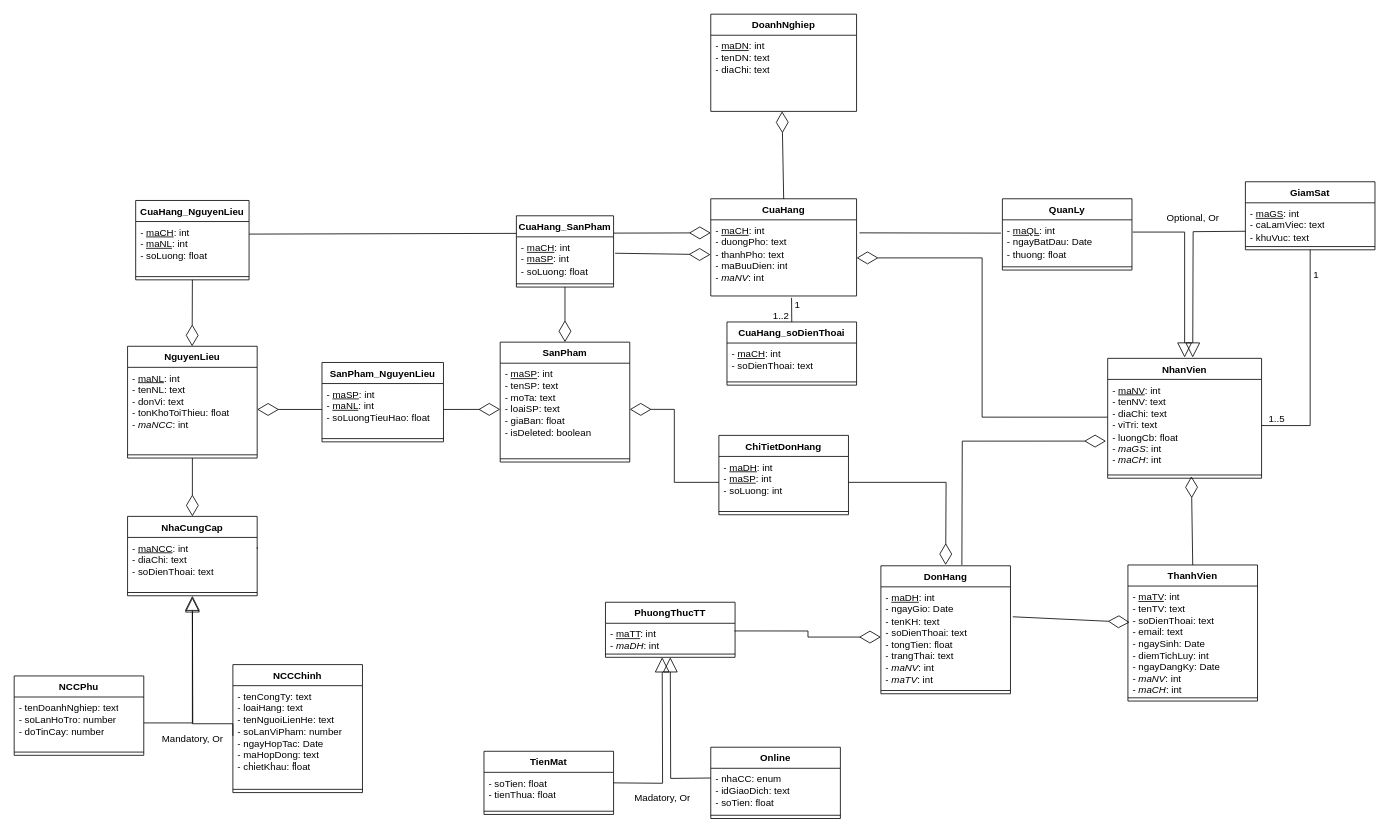
Before: coffeeShop.drawio in holedev/ths-csdl, a draw.io diagram. Source tidied: cells renumbered, new cells numbered last; positions are measured from the earlier drawing's top-left corner, leaving out a move shared by most shapes. Both pictures are drawn from the tidied source at 81%, with x=0, y=0 at pixel (14, 14).
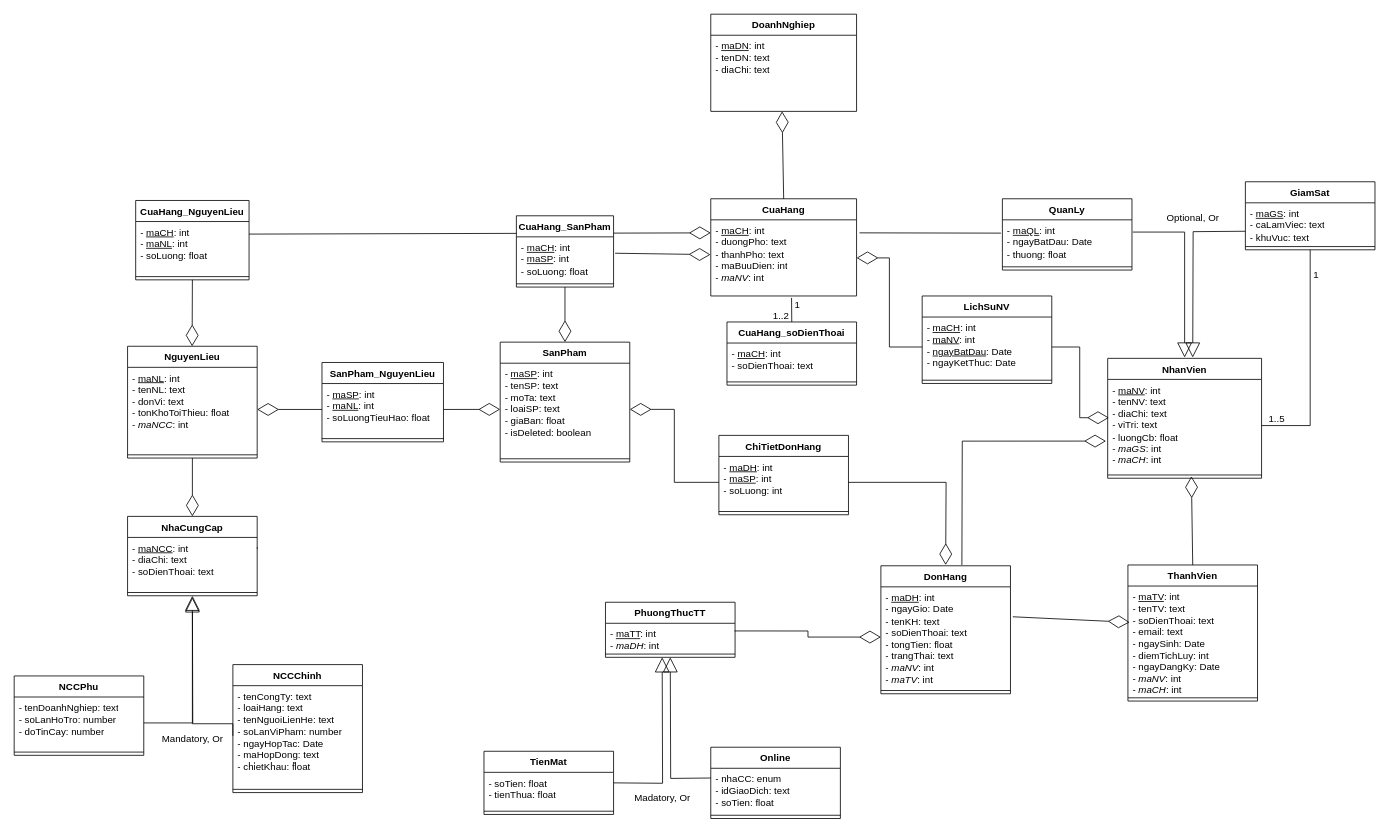
After the change.

Commit message:
feat: update history staff

Unchanged cells that the change refers to:
```xml
<mxCell id="3" value="- &lt;u&gt;maCH&lt;/u&gt;: int&amp;nbsp;&lt;div&gt;- duongPho: text&lt;/div&gt;&lt;div&gt;- thanhPho: text&lt;/div&gt;&lt;div&gt;- maBuuDien: int&lt;/div&gt;&lt;div&gt;- &lt;i&gt;maNV&lt;/i&gt;: int&lt;/div&gt;" style="text;strokeColor=none;fillColor=none;align=left;verticalAlign=top;spacingLeft=4;spacingRight=4;overflow=hidden;points=[[0,0.5],[1,0.5]];portConstraint=eastwest;whiteSpace=wrap;html=1;" parent="2" vertex="1">
  <mxGeometry y="26" width="180" height="94" as="geometry" />
</mxCell>
<mxCell id="5" value="- &lt;u&gt;maNV&lt;/u&gt;: int&lt;div&gt;- tenNV: text&lt;/div&gt;&lt;div&gt;- diaChi: text&lt;/div&gt;&lt;div&gt;- viTri: text&lt;/div&gt;&lt;div&gt;- luongCb: float&lt;/div&gt;&lt;div&gt;- &lt;i&gt;maGS&lt;/i&gt;: int&lt;/div&gt;&lt;div&gt;- &lt;i&gt;maCH&lt;/i&gt;: int&lt;/div&gt;" style="text;strokeColor=none;fillColor=none;align=left;verticalAlign=top;spacingLeft=4;spacingRight=4;overflow=hidden;points=[[0,0.5],[1,0.5]];portConstraint=eastwest;whiteSpace=wrap;html=1;" parent="4" vertex="1">
  <mxGeometry y="26" width="190" height="114" as="geometry" />
</mxCell>
```

Change to the diagram source:
```diff
@@
-    <mxCell id="54" style="endArrow=diamondThin;endFill=0;endSize=24;html=1;rounded=0;entryX=1;entryY=0.5;entryDx=0;entryDy=0;exitX=-0.001;exitY=0.409;exitDx=0;exitDy=0;exitPerimeter=0;edgeStyle=orthogonalEdgeStyle;" parent="1" edge="1" source="5" target="3">
-      <mxGeometry relative="1" as="geometry" />
-    </mxCell>
@@
+    <mxCell id="92" value="LichSuNV" style="swimlane;fontStyle=1;align=center;verticalAlign=top;horizontal=1;startSize=26;whiteSpace=wrap;html=1;" parent="1" vertex="1">
+      <mxGeometry x="1121" y="347.9" width="160" height="108" as="geometry" />
+    </mxCell>
+    <mxCell id="93" value="&lt;div&gt;- &lt;u&gt;maCH&lt;/u&gt;: int&lt;/div&gt;&lt;div&gt;- &lt;u&gt;maNV&lt;/u&gt;: int&lt;/div&gt;&lt;div&gt;- &lt;u&gt;ngayBatDau&lt;/u&gt;: Date&lt;/div&gt;&lt;div&gt;- ngayKetThuc: Date&lt;/div&gt;" style="text;strokeColor=none;fillColor=none;align=left;verticalAlign=top;spacingLeft=4;spacingRight=4;overflow=hidden;points=[[0,0.5],[1,0.5]];portConstraint=eastwest;whiteSpace=wrap;html=1;" parent="92" vertex="1">
+      <mxGeometry y="26" width="160" height="74" as="geometry" />
+    </mxCell>
+    <mxCell id="94" style="line;strokeWidth=1;fillColor=none;align=left;verticalAlign=middle;spacingTop=-1;spacingLeft=3;spacingRight=3;labelPosition=right;strokeColor=inherit;" parent="92" vertex="1">
+      <mxGeometry y="100" width="160" height="8" as="geometry" />
+    </mxCell>
+    <mxCell id="95" style="endArrow=diamondThin;endFill=0;endSize=24;html=1;rounded=0;exitX=1;exitY=0.5;exitDx=0;exitDy=0;entryX=0.008;entryY=0.415;entryDx=0;entryDy=0;entryPerimeter=0;edgeStyle=orthogonalEdgeStyle;" parent="1" edge="1" source="93" target="5">
+      <mxGeometry relative="1" as="geometry" />
+    </mxCell>
+    <mxCell id="96" style="endArrow=diamondThin;endFill=0;endSize=24;html=1;rounded=0;exitX=0;exitY=0.5;exitDx=0;exitDy=0;entryX=1;entryY=0.5;entryDx=0;entryDy=0;edgeStyle=orthogonalEdgeStyle;" parent="1" edge="1" source="93" target="3">
+      <mxGeometry relative="1" as="geometry" />
+    </mxCell>
```
